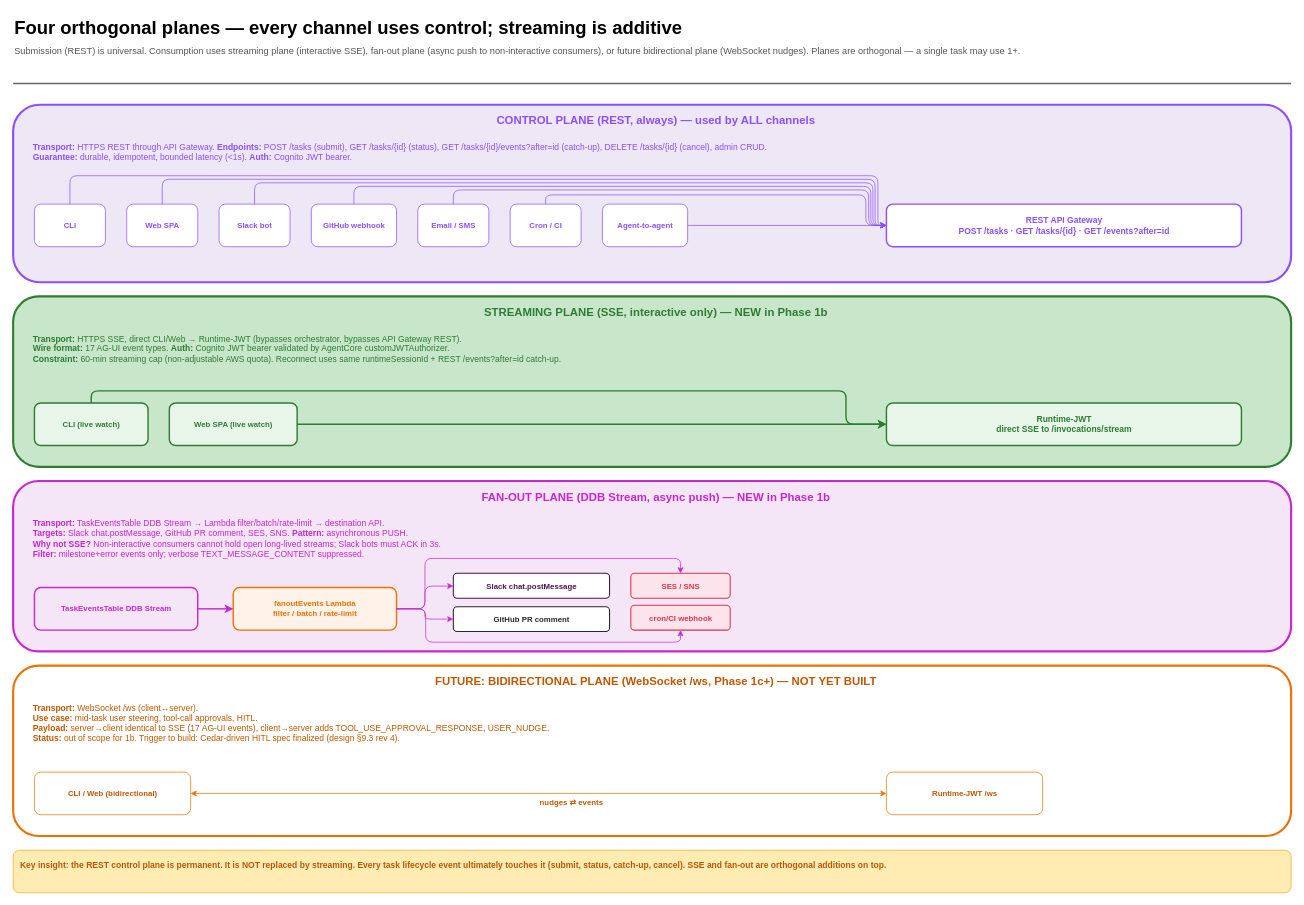
Above: page "3. Control vs streaming planes" (3 of 8) of docs/interactive-agents-phases-v2.drawio in aws-samples/sample-autonomous-cloud-coding-agents (draw.io), before the change. Source tidied: cells renumbered, new cells numbered last; positions are measured from the earlier drawing's top-left corner, leaving out a move shared by most shapes. Both pictures are drawn from the tidied source at 71%, with x=0, y=0 at pixel (13, 12).
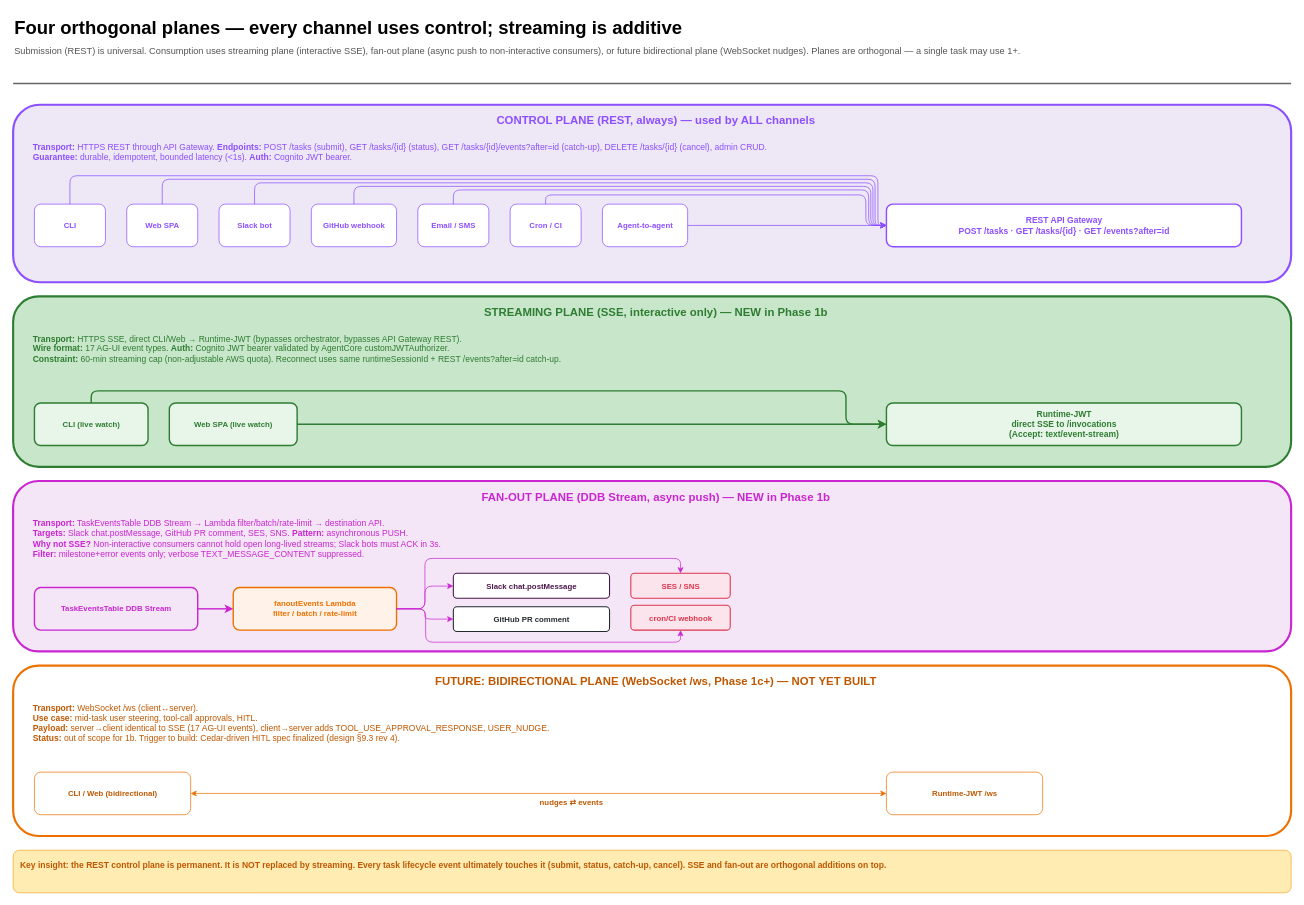
After the change.

Commit message (it also covers changes not shown here):
docs(design): lock endpoint choice — content-type negotiated /invocations

Unchanged cells that the change refers to:
```xml
<mxCell id="22" value="STREAMING PLANE (SSE, interactive only) — NEW in Phase 1b" style="rounded=1;fillColor=#C8E6C9;strokeColor=#2E7D32;strokeWidth=3;html=1;verticalAlign=top;fontStyle=1;fontSize=16;fontFamily=Helvetica;fontColor=#2E7D32;spacingLeft=10;spacingTop=6;" parent="1" vertex="1">
  <mxGeometry y="400" width="1800" height="240" as="geometry" />
</mxCell>
```

What changed in the source:
```diff
@@
-    <mxCell id="26" value="Runtime-JWT&#10;direct SSE to /invocations/stream" style="rounded=1;fillColor=light-dark(#e8f5e9, #1c361d);strokeColor=#2E7D32;html=1;align=center;verticalAlign=middle;fontSize=12;fontStyle=1;fontFamily=Helvetica;fontColor=#2E7D32;strokeWidth=2;" parent="22" vertex="1">
+    <mxCell id="26" value="Runtime-JWT&#10;direct SSE to /invocations&#10;(Accept: text/event-stream)" style="rounded=1;fillColor=light-dark(#e8f5e9, #1c361d);strokeColor=#2E7D32;html=1;align=center;verticalAlign=middle;fontSize=12;fontStyle=1;fontFamily=Helvetica;fontColor=#2E7D32;strokeWidth=2;" parent="22" vertex="1">
       <mxGeometry x="1230" y="150" width="500" height="60" as="geometry" />
     </mxCell>
```
